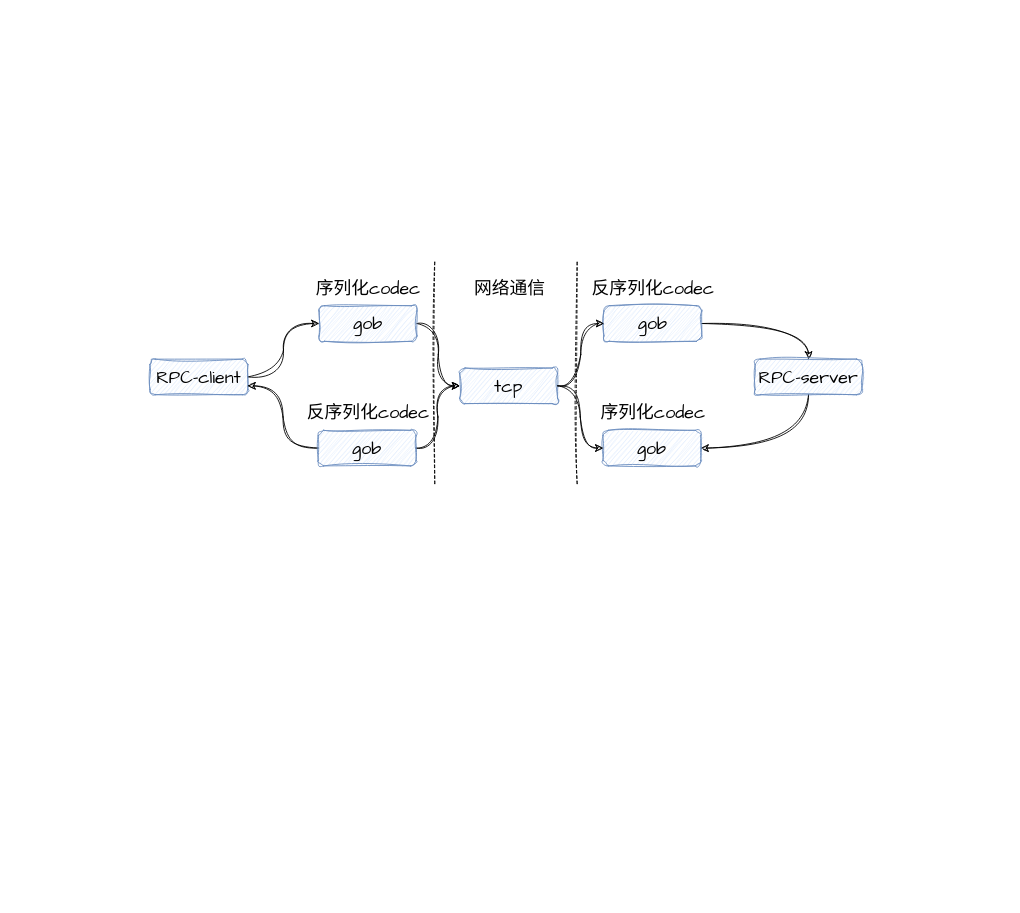
The draw.io diagram 未命名绘图.drawio in shiqinfeng1/go-playground, before the edit. Source tidied: cells renumbered, new cells numbered last; positions are measured from the earlier drawing's top-left corner, leaving out a move shared by most shapes. Both pictures are drawn from the tidied source at 89%, with x=0, y=0 at pixel (150, 261).
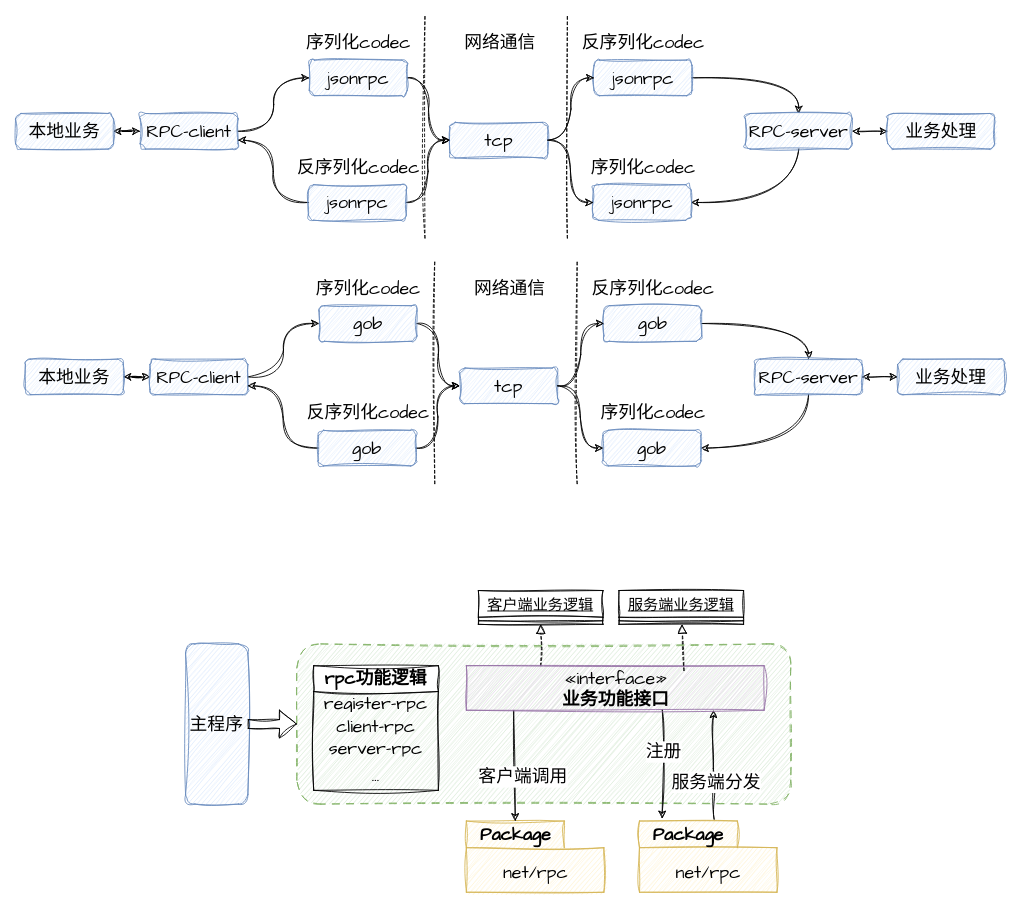
After the change.

Commit message:
更新未命名绘图.drawio

Unchanged cells that the change refers to:
```xml
<mxCell id="3" value="RPC-client" style="rounded=1;whiteSpace=wrap;html=1;sketch=1;hachureGap=4;jiggle=2;curveFitting=1;fontFamily=Architects Daughter;fontSize=20;fillColor=#dae8fc;strokeColor=#6c8ebf;" parent="1" vertex="1">
  <mxGeometry y="110" width="110" height="40" as="geometry" />
</mxCell>
<mxCell id="9" value="RPC-server" style="rounded=1;whiteSpace=wrap;html=1;sketch=1;hachureGap=4;jiggle=2;curveFitting=1;fontFamily=Architects Daughter;fontSize=20;fillColor=#dae8fc;strokeColor=#6c8ebf;" parent="1" vertex="1">
  <mxGeometry x="680" y="110" width="120" height="40" as="geometry" />
</mxCell>
```

What changed in the source:
```diff
@@
+    <mxCell id="24" style="rounded=1;whiteSpace=wrap;html=1;sketch=1;hachureGap=4;jiggle=2;curveFitting=1;fontFamily=Architects Daughter;fontSize=20;dashed=1;dashPattern=8 8;fillColor=#d5e8d4;strokeColor=#82b366;" parent="1" vertex="1">
+      <mxGeometry x="165" y="430" width="555" height="180" as="geometry" />
+    </mxCell>
@@
+    <mxCell id="25" style="edgeStyle=orthogonalEdgeStyle;rounded=0;sketch=1;hachureGap=4;jiggle=2;curveFitting=1;jettySize=auto;html=1;fontFamily=Architects Daughter;fontSize=16;startArrow=classic;startFill=1;" parent="1" edge="1" source="3" target="28">
+      <mxGeometry relative="1" as="geometry" />
+    </mxCell>
@@
+    <mxCell id="26" style="edgeStyle=orthogonalEdgeStyle;rounded=0;sketch=1;hachureGap=4;jiggle=2;curveFitting=1;jettySize=auto;html=1;fontFamily=Architects Daughter;fontSize=16;startArrow=classic;startFill=1;" parent="1" edge="1" source="9" target="27">
+      <mxGeometry relative="1" as="geometry" />
+    </mxCell>
@@
+    <mxCell id="27" value="业务处理" style="rounded=1;whiteSpace=wrap;html=1;sketch=1;hachureGap=4;jiggle=2;curveFitting=1;fontFamily=Architects Daughter;fontSize=20;fillColor=#dae8fc;strokeColor=#6c8ebf;" parent="1" vertex="1">
+      <mxGeometry x="840" y="110" width="120" height="40" as="geometry" />
+    </mxCell>
+    <mxCell id="28" value="本地业务" style="rounded=1;whiteSpace=wrap;html=1;sketch=1;hachureGap=4;jiggle=2;curveFitting=1;fontFamily=Architects Daughter;fontSize=20;fillColor=#dae8fc;strokeColor=#6c8ebf;" parent="1" vertex="1">
+      <mxGeometry x="-140" y="110" width="110" height="40" as="geometry" />
+    </mxCell>
+    <mxCell id="29" style="endArrow=block;startArrow=none;endFill=0;startFill=0;endSize=8;html=1;verticalAlign=bottom;dashed=1;labelBackgroundColor=none;rounded=0;sketch=1;hachureGap=4;jiggle=2;curveFitting=1;fontFamily=Architects Daughter;fontSize=16;exitX=0.25;exitY=0;exitDx=0;exitDy=0;" parent="1" edge="1" source="38" target="39">
+      <mxGeometry relative="1" as="geometry" />
+    </mxCell>
+    <mxCell id="30" style="rounded=0;sketch=1;hachureGap=4;jiggle=2;curveFitting=1;jettySize=auto;html=1;exitX=0.543;exitY=-0.025;exitDx=0;exitDy=0;exitPerimeter=0;entryX=0.83;entryY=1.003;entryDx=0;entryDy=0;fontFamily=Architects Daughter;fontSize=16;entryPerimeter=0;" parent="1" edge="1" source="50" target="38">
+      <mxGeometry relative="1" as="geometry">
+        <Array as="points">
+          <mxPoint x="633" y="570" />
+        </Array>
+      </mxGeometry>
+    </mxCell>
+    <mxCell id="31" value="服务端分发" style="edgeLabel;html=1;align=center;verticalAlign=middle;fontSize=20;fontFamily=Architects Daughter;" parent="30" vertex="1">
+      <mxGeometry x="0.14" relative="1" as="geometry">
+        <mxPoint x="2" y="27" as="offset" />
+      </mxGeometry>
+    </mxCell>
+    <mxCell id="32" value="Package" style="shape=folder;fontStyle=1;tabWidth=110;tabHeight=30;tabPosition=left;html=1;boundedLbl=1;labelInHeader=1;whiteSpace=wrap;sketch=1;hachureGap=4;jiggle=2;curveFitting=1;fontFamily=Architects Daughter;fontSize=20;fillColor=#fff2cc;strokeColor=#d6b656;" parent="1" vertex="1">
+      <mxGeometry x="355.5" y="629" width="154.5" height="80" as="geometry" />
+    </mxCell>
+    <mxCell id="33" value="net/rpc" style="html=1;strokeColor=none;fillColor=none;whiteSpace=wrap;sketch=1;hachureGap=4;jiggle=2;curveFitting=1;fontFamily=Architects Daughter;fontSize=20;" parent="32" vertex="1">
+      <mxGeometry width="154.5" height="56" relative="1" as="geometry">
+        <mxPoint y="30" as="offset" />
+      </mxGeometry>
+    </mxCell>
+    <mxCell id="34" style="rounded=0;sketch=1;hachureGap=4;jiggle=2;curveFitting=1;jettySize=auto;html=1;exitX=0.658;exitY=0.987;exitDx=0;exitDy=0;fontFamily=Architects Daughter;fontSize=16;entryX=0.165;entryY=-0.035;entryDx=0;entryDy=0;entryPerimeter=0;exitPerimeter=0;" parent="1" edge="1" source="38" target="50">
+      <mxGeometry relative="1" as="geometry" />
+    </mxCell>
+    <mxCell id="35" value="注册" style="edgeLabel;html=1;align=center;verticalAlign=middle;fontSize=20;fontFamily=Architects Daughter;" parent="34" vertex="1">
+      <mxGeometry x="-0.23" y="1" relative="1" as="geometry" />
+    </mxCell>
+    <mxCell id="36" style="rounded=0;sketch=1;hachureGap=4;jiggle=2;curveFitting=1;jettySize=auto;html=1;entryX=0;entryY=0;entryDx=55;entryDy=0;entryPerimeter=0;fontFamily=Architects Daughter;fontSize=16;exitX=0.159;exitY=1.003;exitDx=0;exitDy=0;exitPerimeter=0;" parent="1" edge="1" source="38" target="32">
+      <mxGeometry relative="1" as="geometry" />
+    </mxCell>
+    <mxCell id="37" value="客户端调用" style="edgeLabel;html=1;align=center;verticalAlign=middle;fontSize=20;fontFamily=Architects Daughter;" parent="36" vertex="1">
+      <mxGeometry x="-0.26" y="1" relative="1" as="geometry">
+        <mxPoint x="8" y="28" as="offset" />
+      </mxGeometry>
+    </mxCell>
+    <mxCell id="38" value="«interface»&lt;br&gt;&lt;b&gt;业务功能接口&lt;/b&gt;" style="html=1;whiteSpace=wrap;sketch=1;hachureGap=4;jiggle=2;curveFitting=1;fontFamily=Architects Daughter;fontSize=20;fillColor=#e1d5e7;strokeColor=#9673a6;" parent="1" vertex="1">
+      <mxGeometry x="355.5" y="454.5" width="334.5" height="50" as="geometry" />
+    </mxCell>
+    <mxCell id="39" value="客户端业务逻辑" style="swimlane;fontStyle=4;align=center;verticalAlign=top;horizontal=1;startSize=30;html=1;whiteSpace=wrap;sketch=1;hachureGap=4;jiggle=2;curveFitting=1;fontFamily=Architects Daughter;fontSize=17;" parent="1" vertex="1">
+      <mxGeometry x="369" y="370" width="140" height="38" as="geometry" />
+    </mxCell>
+    <mxCell id="40" style="line;strokeWidth=1;fillColor=none;align=left;verticalAlign=middle;spacingTop=-1;spacingLeft=3;spacingRight=3;labelPosition=right;sketch=1;hachureGap=4;jiggle=2;curveFitting=1;fontFamily=Architects Daughter;fontSize=20;" parent="39" vertex="1">
+      <mxGeometry y="30" width="140" height="8" as="geometry" />
+    </mxCell>
+    <mxCell id="41" value="服务端业务逻辑" style="swimlane;fontStyle=4;align=center;verticalAlign=top;horizontal=1;startSize=30;html=1;whiteSpace=wrap;sketch=1;hachureGap=4;jiggle=2;curveFitting=1;fontFamily=Architects Daughter;fontSize=17;" parent="1" vertex="1">
+      <mxGeometry x="527" y="370" width="140" height="38" as="geometry" />
+    </mxCell>
+    <mxCell id="42" style="line;strokeWidth=1;fillColor=none;align=left;verticalAlign=middle;spacingTop=-1;spacingLeft=3;spacingRight=3;labelPosition=right;sketch=1;hachureGap=4;jiggle=2;curveFitting=1;fontFamily=Architects Daughter;fontSize=20;" parent="41" vertex="1">
+      <mxGeometry y="30" width="140" height="8" as="geometry" />
+    </mxCell>
+    <mxCell id="43" style="endArrow=block;startArrow=none;endFill=0;startFill=0;endSize=8;html=1;verticalAlign=bottom;dashed=1;labelBackgroundColor=none;rounded=0;sketch=1;hachureGap=4;jiggle=2;curveFitting=1;fontFamily=Architects Daughter;fontSize=16;exitX=0.731;exitY=0.11;exitDx=0;exitDy=0;exitPerimeter=0;" parent="1" edge="1" source="38" target="41">
+      <mxGeometry relative="1" as="geometry" />
+    </mxCell>
+    <mxCell id="44" value="主程序" style="rounded=1;whiteSpace=wrap;html=1;sketch=1;hachureGap=4;jiggle=2;curveFitting=1;fontFamily=Architects Daughter;fontSize=20;fillColor=#dae8fc;strokeColor=#6c8ebf;" parent="1" vertex="1">
+      <mxGeometry x="40" y="430" width="70" height="180" as="geometry" />
+    </mxCell>
+    <mxCell id="45" value="rpc功能逻辑" style="swimlane;fontStyle=1;align=center;verticalAlign=middle;horizontal=1;startSize=29;html=1;whiteSpace=wrap;sketch=1;hachureGap=4;jiggle=2;curveFitting=1;fontFamily=Architects Daughter;fontSize=20;" parent="1" vertex="1">
+      <mxGeometry x="184" y="454.5" width="140" height="140" as="geometry" />
+    </mxCell>
+    <mxCell id="46" value="register-rpc" style="text;html=1;strokeColor=none;fillColor=none;align=center;verticalAlign=middle;spacingLeft=4;spacingRight=4;overflow=hidden;whiteSpace=wrap;fontSize=20;fontFamily=Architects Daughter;" parent="45" vertex="1">
+      <mxGeometry y="29" width="140" height="25" as="geometry" />
+    </mxCell>
+    <mxCell id="47" value="client-rpc" style="text;html=1;strokeColor=none;fillColor=none;align=center;verticalAlign=middle;spacingLeft=4;spacingRight=4;overflow=hidden;whiteSpace=wrap;fontSize=20;fontFamily=Architects Daughter;" parent="45" vertex="1">
+      <mxGeometry y="54" width="140" height="25" as="geometry" />
+    </mxCell>
+    <mxCell id="48" value="server-rpc" style="text;html=1;strokeColor=none;fillColor=none;align=center;verticalAlign=middle;spacingLeft=4;spacingRight=4;overflow=hidden;whiteSpace=wrap;fontSize=20;fontFamily=Architects Daughter;" parent="45" vertex="1">
+      <mxGeometry y="79" width="140" height="25" as="geometry" />
+    </mxCell>
+    <mxCell id="49" value="..." style="text;html=1;strokeColor=none;fillColor=none;align=center;verticalAlign=middle;spacingLeft=4;spacingRight=4;overflow=hidden;whiteSpace=wrap;fontSize=20;fontFamily=Architects Daughter;" parent="45" vertex="1">
+      <mxGeometry y="104" width="140" height="36" as="geometry" />
+    </mxCell>
+    <mxCell id="50" value="Package" style="shape=folder;fontStyle=1;tabWidth=110;tabHeight=30;tabPosition=left;html=1;boundedLbl=1;labelInHeader=1;whiteSpace=wrap;sketch=1;hachureGap=4;jiggle=2;curveFitting=1;fontFamily=Architects Daughter;fontSize=20;fillColor=#fff2cc;strokeColor=#d6b656;" parent="1" vertex="1">
+      <mxGeometry x="550" y="629" width="154.5" height="80" as="geometry" />
+    </mxCell>
+    <mxCell id="51" value="net/rpc" style="html=1;strokeColor=none;fillColor=none;whiteSpace=wrap;sketch=1;hachureGap=4;jiggle=2;curveFitting=1;fontFamily=Architects Daughter;fontSize=20;" parent="50" vertex="1">
+      <mxGeometry width="154.5" height="56" relative="1" as="geometry">
+        <mxPoint y="30" as="offset" />
+      </mxGeometry>
+    </mxCell>
+    <mxCell id="52" style="shape=flexArrow;endArrow=classic;html=1;rounded=0;sketch=1;hachureGap=4;jiggle=2;curveFitting=1;fontFamily=Architects Daughter;fontSize=16;exitX=1;exitY=0.5;exitDx=0;exitDy=0;entryX=0;entryY=0.5;entryDx=0;entryDy=0;" parent="1" edge="1" source="44" target="24">
+      <mxGeometry relative="1" as="geometry" />
+    </mxCell>
+    <mxCell id="53" style="edgeStyle=orthogonalEdgeStyle;rounded=0;sketch=1;hachureGap=4;jiggle=2;curveFitting=1;jettySize=auto;html=1;exitX=1;exitY=0.5;exitDx=0;exitDy=0;entryX=0;entryY=0.5;entryDx=0;entryDy=0;fontFamily=Architects Daughter;fontSize=16;curved=1;" parent="1" edge="1" source="55" target="57">
+      <mxGeometry relative="1" as="geometry" />
+    </mxCell>
+    <mxCell id="54" style="edgeStyle=orthogonalEdgeStyle;rounded=0;sketch=1;hachureGap=4;jiggle=2;curveFitting=1;jettySize=auto;html=1;fontFamily=Architects Daughter;fontSize=16;startArrow=classic;startFill=1;" parent="1" edge="1" source="55" target="78">
+      <mxGeometry relative="1" as="geometry" />
+    </mxCell>
+    <mxCell id="55" value="RPC-client" style="rounded=1;whiteSpace=wrap;html=1;sketch=1;hachureGap=4;jiggle=2;curveFitting=1;fontFamily=Architects Daughter;fontSize=20;fillColor=#dae8fc;strokeColor=#6c8ebf;" parent="1" vertex="1">
+      <mxGeometry x="-11" y="-166" width="110" height="40" as="geometry" />
+    </mxCell>
+    <mxCell id="56" style="edgeStyle=orthogonalEdgeStyle;rounded=0;sketch=1;hachureGap=4;jiggle=2;curveFitting=1;jettySize=auto;html=1;exitX=1;exitY=0.5;exitDx=0;exitDy=0;entryX=0;entryY=0.5;entryDx=0;entryDy=0;fontFamily=Architects Daughter;fontSize=16;curved=1;" parent="1" edge="1" source="57" target="64">
+      <mxGeometry relative="1" as="geometry" />
+    </mxCell>
+    <mxCell id="57" value="jsonrpc" style="rounded=1;whiteSpace=wrap;html=1;sketch=1;hachureGap=4;jiggle=2;curveFitting=1;fontFamily=Architects Daughter;fontSize=20;fillColor=#dae8fc;strokeColor=#6c8ebf;" parent="1" vertex="1">
+      <mxGeometry x="179" y="-226" width="110" height="40" as="geometry" />
+    </mxCell>
+    <mxCell id="58" style="edgeStyle=orthogonalEdgeStyle;rounded=0;sketch=1;hachureGap=4;jiggle=2;curveFitting=1;jettySize=auto;html=1;exitX=1;exitY=0.5;exitDx=0;exitDy=0;fontFamily=Architects Daughter;fontSize=16;curved=1;" parent="1" edge="1" source="59" target="62">
+      <mxGeometry relative="1" as="geometry" />
+    </mxCell>
+    <mxCell id="59" value="jsonrpc" style="rounded=1;whiteSpace=wrap;html=1;sketch=1;hachureGap=4;jiggle=2;curveFitting=1;fontFamily=Architects Daughter;fontSize=20;fillColor=#dae8fc;strokeColor=#6c8ebf;" parent="1" vertex="1">
+      <mxGeometry x="499" y="-226" width="110" height="40" as="geometry" />
+    </mxCell>
+    <mxCell id="60" style="edgeStyle=orthogonalEdgeStyle;rounded=0;sketch=1;hachureGap=4;jiggle=2;curveFitting=1;jettySize=auto;html=1;entryX=1;entryY=0.5;entryDx=0;entryDy=0;fontFamily=Architects Daughter;fontSize=16;curved=1;exitX=0.5;exitY=1;exitDx=0;exitDy=0;" parent="1" edge="1" source="62" target="73">
+      <mxGeometry relative="1" as="geometry" />
+    </mxCell>
+    <mxCell id="61" style="edgeStyle=orthogonalEdgeStyle;rounded=0;sketch=1;hachureGap=4;jiggle=2;curveFitting=1;jettySize=auto;html=1;fontFamily=Architects Daughter;fontSize=16;startArrow=classic;startFill=1;" parent="1" edge="1" source="62" target="77">
+      <mxGeometry relative="1" as="geometry" />
+    </mxCell>
+    <mxCell id="62" value="RPC-server" style="rounded=1;whiteSpace=wrap;html=1;sketch=1;hachureGap=4;jiggle=2;curveFitting=1;fontFamily=Architects Daughter;fontSize=20;fillColor=#dae8fc;strokeColor=#6c8ebf;" parent="1" vertex="1">
+      <mxGeometry x="669" y="-166" width="120" height="40" as="geometry" />
+    </mxCell>
+    <mxCell id="63" style="edgeStyle=orthogonalEdgeStyle;rounded=0;sketch=1;hachureGap=4;jiggle=2;curveFitting=1;jettySize=auto;html=1;exitX=1;exitY=0.5;exitDx=0;exitDy=0;fontFamily=Architects Daughter;fontSize=16;curved=1;entryX=0;entryY=0.5;entryDx=0;entryDy=0;" parent="1" edge="1" source="64" target="59">
+      <mxGeometry relative="1" as="geometry" />
+    </mxCell>
+    <mxCell id="64" value="tcp" style="rounded=1;whiteSpace=wrap;html=1;sketch=1;hachureGap=4;jiggle=2;curveFitting=1;fontFamily=Architects Daughter;fontSize=20;fillColor=#dae8fc;strokeColor=#6c8ebf;" parent="1" vertex="1">
+      <mxGeometry x="337" y="-156" width="110" height="40" as="geometry" />
+    </mxCell>
+    <mxCell id="65" value="序列化codec" style="text;html=1;align=center;verticalAlign=middle;strokeColor=none;fillColor=none;fontSize=20;fontFamily=Architects Daughter;" parent="1" vertex="1">
+      <mxGeometry x="164" y="-266" width="140" height="40" as="geometry" />
+    </mxCell>
+    <mxCell id="66" value="网络通信" style="text;html=1;align=center;verticalAlign=middle;strokeColor=none;fillColor=none;fontSize=20;fontFamily=Architects Daughter;" parent="1" vertex="1">
+      <mxGeometry x="343" y="-266" width="100" height="40" as="geometry" />
+    </mxCell>
+    <mxCell id="67" value="反序列化codec" style="text;html=1;align=center;verticalAlign=middle;strokeColor=none;fillColor=none;fontSize=20;fontFamily=Architects Daughter;" parent="1" vertex="1">
+      <mxGeometry x="474" y="-266" width="160" height="40" as="geometry" />
+    </mxCell>
+    <mxCell id="68" style="endArrow=none;dashed=1;html=1;rounded=0;sketch=1;hachureGap=4;jiggle=2;curveFitting=1;fontFamily=Architects Daughter;fontSize=16;" parent="1" edge="1">
+      <mxGeometry relative="1" as="geometry">
+        <mxPoint x="309" y="-26" as="sourcePoint" />
+        <mxPoint x="309" y="-276" as="targetPoint" />
+      </mxGeometry>
+    </mxCell>
+    <mxCell id="69" style="endArrow=none;dashed=1;html=1;rounded=0;sketch=1;hachureGap=4;jiggle=2;curveFitting=1;fontFamily=Architects Daughter;fontSize=16;" parent="1" edge="1">
+      <mxGeometry relative="1" as="geometry">
+        <mxPoint x="469" y="-26" as="sourcePoint" />
+        <mxPoint x="469" y="-276" as="targetPoint" />
+      </mxGeometry>
+    </mxCell>
+    <mxCell id="70" style="edgeStyle=orthogonalEdgeStyle;rounded=0;sketch=1;hachureGap=4;jiggle=2;curveFitting=1;jettySize=auto;html=1;exitX=1;exitY=0.5;exitDx=0;exitDy=0;entryX=0;entryY=0.5;entryDx=0;entryDy=0;fontFamily=Architects Daughter;fontSize=16;curved=1;" parent="1" edge="1" source="72" target="64">
+      <mxGeometry relative="1" as="geometry" />
+    </mxCell>
+    <mxCell id="71" style="edgeStyle=orthogonalEdgeStyle;rounded=0;sketch=1;hachureGap=4;jiggle=2;curveFitting=1;jettySize=auto;html=1;exitX=0;exitY=0.5;exitDx=0;exitDy=0;entryX=1;entryY=0.75;entryDx=0;entryDy=0;fontFamily=Architects Daughter;fontSize=16;curved=1;" parent="1" edge="1" source="72" target="55">
+      <mxGeometry relative="1" as="geometry" />
+    </mxCell>
+    <mxCell id="72" value="jsonrpc" style="rounded=1;whiteSpace=wrap;html=1;sketch=1;hachureGap=4;jiggle=2;curveFitting=1;fontFamily=Architects Daughter;fontSize=20;fillColor=#dae8fc;strokeColor=#6c8ebf;" parent="1" vertex="1">
+      <mxGeometry x="178" y="-86" width="110" height="40" as="geometry" />
+    </mxCell>
+    <mxCell id="73" value="jsonrpc" style="rounded=1;whiteSpace=wrap;html=1;sketch=1;hachureGap=4;jiggle=2;curveFitting=1;fontFamily=Architects Daughter;fontSize=20;fillColor=#dae8fc;strokeColor=#6c8ebf;" parent="1" vertex="1">
+      <mxGeometry x="498" y="-86" width="110" height="40" as="geometry" />
+    </mxCell>
+    <mxCell id="74" style="edgeStyle=orthogonalEdgeStyle;rounded=0;sketch=1;hachureGap=4;jiggle=2;curveFitting=1;jettySize=auto;html=1;exitX=1;exitY=0.5;exitDx=0;exitDy=0;fontFamily=Architects Daughter;fontSize=16;curved=1;entryX=0;entryY=0.5;entryDx=0;entryDy=0;" parent="1" edge="1" source="64" target="73">
+      <mxGeometry relative="1" as="geometry" />
+    </mxCell>
+    <mxCell id="75" value="反序列化codec" style="text;html=1;align=center;verticalAlign=middle;strokeColor=none;fillColor=none;fontSize=20;fontFamily=Architects Daughter;" parent="1" vertex="1">
+      <mxGeometry x="154" y="-126" width="160" height="40" as="geometry" />
+    </mxCell>
+    <mxCell id="76" value="序列化codec" style="text;html=1;align=center;verticalAlign=middle;strokeColor=none;fillColor=none;fontSize=20;fontFamily=Architects Daughter;" parent="1" vertex="1">
+      <mxGeometry x="484" y="-126" width="140" height="40" as="geometry" />
+    </mxCell>
+    <mxCell id="77" value="业务处理" style="rounded=1;whiteSpace=wrap;html=1;sketch=1;hachureGap=4;jiggle=2;curveFitting=1;fontFamily=Architects Daughter;fontSize=20;fillColor=#dae8fc;strokeColor=#6c8ebf;" parent="1" vertex="1">
+      <mxGeometry x="829" y="-166" width="120" height="40" as="geometry" />
+    </mxCell>
+    <mxCell id="78" value="本地业务" style="rounded=1;whiteSpace=wrap;html=1;sketch=1;hachureGap=4;jiggle=2;curveFitting=1;fontFamily=Architects Daughter;fontSize=20;fillColor=#dae8fc;strokeColor=#6c8ebf;" parent="1" vertex="1">
+      <mxGeometry x="-151" y="-166" width="110" height="40" as="geometry" />
+    </mxCell>
```
